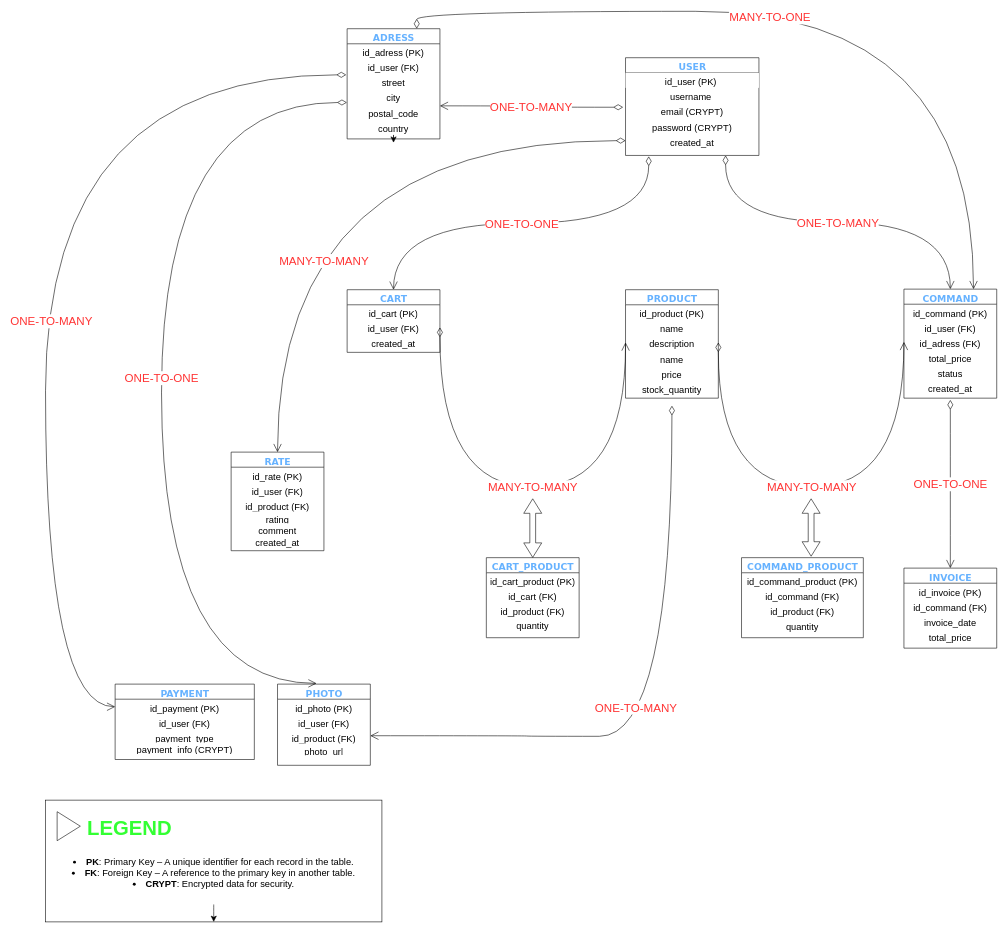
dolobe/e-commerce-SQL keeps this draw.io diagram as Conceptual Data model.drawio. Above is the earlier version. Source tidied: cells renumbered, new cells numbered last; positions are measured from the earlier drawing's top-left corner, leaving out a move shared by most shapes. Both pictures are drawn from the tidied source at 58%, with x=0, y=0 at pixel (45, 11).
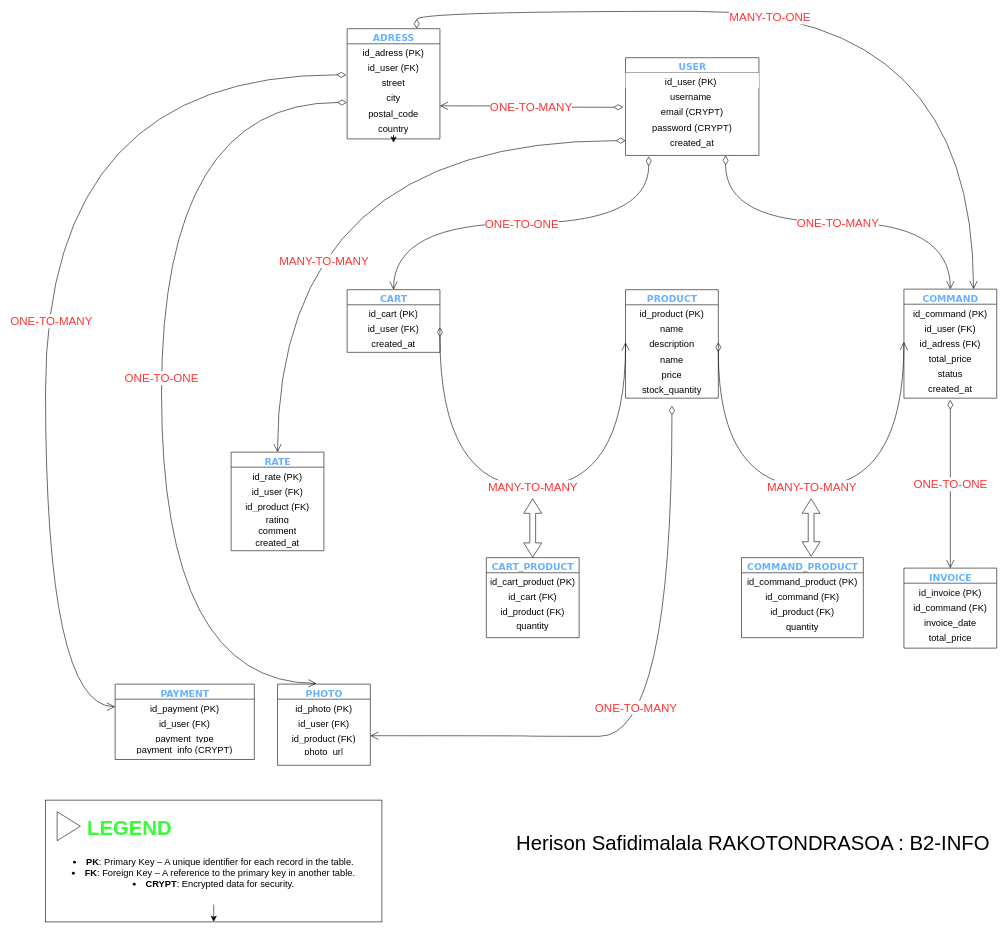
After the change.

Commit message (it also covers changes not shown here):
Mettre à jour Conceptual Data model.drawio

What changed in the source:
```diff
@@
+    <mxCell id="84" value="Herison Safidimalala RAKOTONDRASOA : B2-INFO" style="text;html=1;align=center;verticalAlign=middle;whiteSpace=wrap;rounded=0;fontSize=35;" parent="1" vertex="1">
+      <mxGeometry x="800" y="1389" width="840" height="87" as="geometry" />
+    </mxCell>
```
